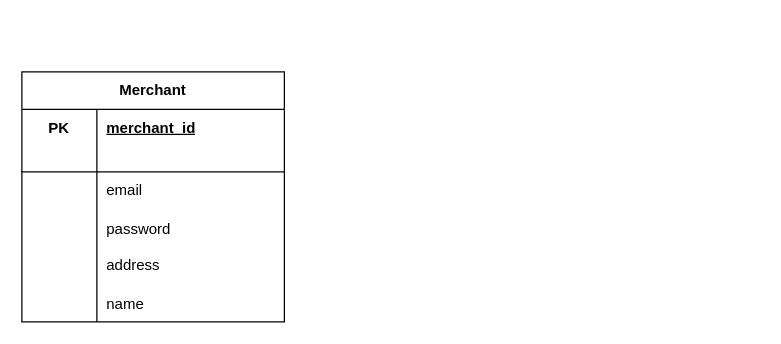
Before: page "Page-2" (2 of 2) of server/src/diagram/Untitled Diagram.drawio in Henri280100/My-Order-App, a draw.io diagram. Source tidied: cells renumbered, new cells numbered last; positions are measured from the earlier drawing's top-left corner, leaving out a move shared by most shapes. Both pictures are drawn from the tidied source at 125%, with x=0, y=0 at pixel (21, 71).
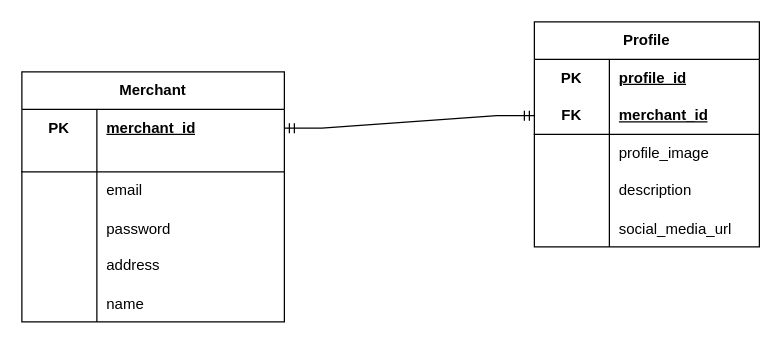
After the change.

The change refers to these unchanged cells:
```xml
<mxCell id="3" style="shape=tableRow;horizontal=0;startSize=0;swimlaneHead=0;swimlaneBody=0;fillColor=none;points=[[0,0.5],[1,0.5]];portConstraint=eastwest;top=0;left=0;right=0;bottom=0;html=1;" parent="2" vertex="1">
  <mxGeometry y="30" width="210" height="30" as="geometry" />
</mxCell>
```

Diff of the diagram source:
```diff
@@
+    <mxCell id="21" value="Profile" style="shape=table;startSize=30;childLayout=tableLayout;rowLines=0;fontStyle=1;align=center;html=1;whiteSpace=wrap;" parent="1" vertex="1">
+      <mxGeometry x="410" y="-40" width="180" height="180" as="geometry" />
+    </mxCell>
+    <mxCell id="22" style="shape=tableRow;horizontal=0;startSize=0;swimlaneHead=0;swimlaneBody=0;fillColor=none;top=0;left=0;right=0;bottom=0;html=1;" parent="21" vertex="1">
+      <mxGeometry y="30" width="180" height="30" as="geometry" />
+    </mxCell>
+    <mxCell id="23" value="PK&lt;br&gt;" style="shape=partialRectangle;fillColor=none;top=0;left=0;bottom=0;right=0;fontStyle=1;overflow=hidden;html=1;whiteSpace=wrap;" parent="22" vertex="1">
+      <mxGeometry width="60" height="30" as="geometry" />
+    </mxCell>
+    <mxCell id="24" value="profile_id" style="shape=partialRectangle;fillColor=none;top=0;left=0;bottom=0;right=0;align=left;spacingLeft=6;fontStyle=5;overflow=hidden;html=1;whiteSpace=wrap;" parent="22" vertex="1">
+      <mxGeometry x="60" width="120" height="30" as="geometry" />
+    </mxCell>
+    <mxCell id="25" style="shape=tableRow;horizontal=0;startSize=0;swimlaneHead=0;swimlaneBody=0;fillColor=none;points=[[0,0.5],[1,0.5]];portConstraint=eastwest;top=0;left=0;right=0;bottom=1;html=1;" parent="21" vertex="1">
+      <mxGeometry y="60" width="180" height="30" as="geometry" />
+    </mxCell>
+    <mxCell id="26" value="FK" style="shape=partialRectangle;fillColor=none;top=0;left=0;bottom=0;right=0;fontStyle=1;overflow=hidden;html=1;whiteSpace=wrap;" parent="25" vertex="1">
+      <mxGeometry width="60" height="30" as="geometry" />
+    </mxCell>
+    <mxCell id="27" value="merchant_id" style="shape=partialRectangle;fillColor=none;top=0;left=0;bottom=0;right=0;align=left;spacingLeft=6;fontStyle=5;overflow=hidden;html=1;whiteSpace=wrap;" parent="25" vertex="1">
+      <mxGeometry x="60" width="120" height="30" as="geometry" />
+    </mxCell>
+    <mxCell id="28" style="shape=tableRow;horizontal=0;startSize=0;swimlaneHead=0;swimlaneBody=0;fillColor=none;top=0;left=0;right=0;bottom=0;html=1;" parent="21" vertex="1">
+      <mxGeometry y="90" width="180" height="30" as="geometry" />
+    </mxCell>
+    <mxCell id="29" style="shape=partialRectangle;fillColor=none;top=0;left=0;bottom=0;right=0;overflow=hidden;html=1;whiteSpace=wrap;" parent="28" vertex="1">
+      <mxGeometry width="60" height="30" as="geometry" />
+    </mxCell>
+    <mxCell id="30" value="profile_image&lt;span style=&quot;white-space: pre;&quot;&gt;&#9;&lt;/span&gt;&lt;span style=&quot;white-space: pre;&quot;&gt;&#9;&lt;/span&gt;" style="shape=partialRectangle;fillColor=none;top=0;left=0;bottom=0;right=0;align=left;spacingLeft=6;overflow=hidden;html=1;whiteSpace=wrap;" parent="28" vertex="1">
+      <mxGeometry x="60" width="120" height="30" as="geometry" />
+    </mxCell>
+    <mxCell id="31" style="shape=tableRow;horizontal=0;startSize=0;swimlaneHead=0;swimlaneBody=0;fillColor=none;top=0;left=0;right=0;bottom=0;html=1;" parent="21" vertex="1">
+      <mxGeometry y="120" width="180" height="30" as="geometry" />
+    </mxCell>
+    <mxCell id="32" style="shape=partialRectangle;fillColor=none;top=0;left=0;bottom=0;right=0;overflow=hidden;html=1;whiteSpace=wrap;" parent="31" vertex="1">
+      <mxGeometry width="60" height="30" as="geometry" />
+    </mxCell>
+    <mxCell id="33" value="description" style="shape=partialRectangle;fillColor=none;top=0;left=0;bottom=0;right=0;align=left;spacingLeft=6;overflow=hidden;html=1;whiteSpace=wrap;" parent="31" vertex="1">
+      <mxGeometry x="60" width="120" height="30" as="geometry" />
+    </mxCell>
+    <mxCell id="34" style="shape=tableRow;horizontal=0;startSize=0;swimlaneHead=0;swimlaneBody=0;fillColor=none;top=0;left=0;right=0;bottom=0;" parent="21" vertex="1">
+      <mxGeometry y="150" width="180" height="30" as="geometry" />
+    </mxCell>
+    <mxCell id="35" style="shape=partialRectangle;fillColor=none;top=0;left=0;bottom=0;right=0;overflow=hidden;" parent="34" vertex="1">
+      <mxGeometry width="60" height="30" as="geometry" />
+    </mxCell>
+    <mxCell id="36" value="social_media_url" style="shape=partialRectangle;fillColor=none;top=0;left=0;bottom=0;right=0;align=left;spacingLeft=6;overflow=hidden;" parent="34" vertex="1">
+      <mxGeometry x="60" width="120" height="30" as="geometry" />
+    </mxCell>
+    <mxCell id="37" style="edgeStyle=entityRelationEdgeStyle;fontSize=12;html=1;endArrow=ERmandOne;startArrow=ERmandOne;rounded=0;entryX=1;entryY=0.5;entryDx=0;entryDy=0;exitX=0;exitY=0.5;exitDx=0;exitDy=0;" parent="1" edge="1" source="25" target="3">
+      <mxGeometry relative="1" as="geometry" />
+    </mxCell>
```
